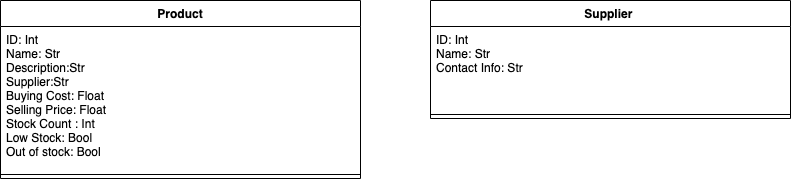
Above: Planning : Diagrams/Class Diagrams .png in scoupar/Stock_Manager_Project (draw.io), before the change. Source tidied: cells renumbered, new cells last; positions are measured from the earlier drawing's top-left corner, leaving out a move shared by most shapes. The source it was exported from:
```xml
<mxGraphModel>
  <root>
    <mxCell id="0" />
    <mxCell id="1" parent="0" />
    <mxCell id="2" value="Product" style="swimlane;fontStyle=1;align=center;verticalAlign=top;horizontal=1;startSize=26;" parent="1" vertex="1">
      <mxGeometry width="360" height="178" as="geometry" />
    </mxCell>
    <mxCell id="3" value="ID: Int&#10;Name: Str&#10;Description:Str&#10;Supplier:Str&#10;Buying Cost: Float&#10;Selling Price: Float &#10;Stock Count : Int&#10;Low Stock: Bool&#10;Out of stock: Bool&#10;&#10;&#10;&#10;" style="text;strokeColor=none;fillColor=none;align=left;verticalAlign=top;spacingLeft=4;spacingRight=4;overflow=hidden;points=[[0,0.5],[1,0.5]];portConstraint=eastwest;" parent="2" vertex="1">
      <mxGeometry y="26" width="360" height="144" as="geometry" />
    </mxCell>
    <mxCell id="4" style="line;strokeWidth=1;fillColor=none;align=left;verticalAlign=middle;spacingTop=-1;spacingLeft=3;spacingRight=3;labelPosition=right;" parent="2" vertex="1">
      <mxGeometry y="170" width="360" height="8" as="geometry" />
    </mxCell>
    <mxCell id="5" value="Supplier " style="swimlane;fontStyle=1;align=center;verticalAlign=top;horizontal=1;startSize=26;" parent="1" vertex="1">
      <mxGeometry x="430" width="360" height="118" as="geometry" />
    </mxCell>
    <mxCell id="6" value="ID: Int&#10;Name: Str&#10;Contact Info: Str&#10;" style="text;strokeColor=none;fillColor=none;align=left;verticalAlign=top;spacingLeft=4;spacingRight=4;overflow=hidden;" parent="5" vertex="1">
      <mxGeometry y="26" width="360" height="84" as="geometry" />
    </mxCell>
    <mxCell id="7" style="line;strokeWidth=1;fillColor=none;align=left;verticalAlign=middle;spacingTop=-1;spacingLeft=3;spacingRight=3;labelPosition=right;" parent="5" vertex="1">
      <mxGeometry y="110" width="360" height="8" as="geometry" />
    </mxCell>
  </root>
</mxGraphModel>
```
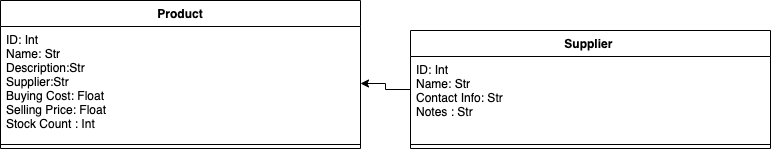
Later version of the same file.

Diff of the diagram source:
```diff
@@ -3,18 +3,21 @@
     <mxCell id="0" />
     <mxCell id="1" parent="0" />
     <mxCell id="2" value="Product" style="swimlane;fontStyle=1;align=center;verticalAlign=top;horizontal=1;startSize=26;" parent="1" vertex="1">
-      <mxGeometry width="360" height="178" as="geometry" />
+      <mxGeometry x="20" y="140" width="360" height="148" as="geometry" />
     </mxCell>
-    <mxCell id="3" value="ID: Int&#10;Name: Str&#10;Description:Str&#10;Supplier:Str&#10;Buying Cost: Float&#10;Selling Price: Float &#10;Stock Count : Int&#10;Low Stock: Bool&#10;Out of stock: Bool&#10;&#10;&#10;&#10;" style="text;strokeColor=none;fillColor=none;align=left;verticalAlign=top;spacingLeft=4;spacingRight=4;overflow=hidden;points=[[0,0.5],[1,0.5]];portConstraint=eastwest;" parent="2" vertex="1">
-      <mxGeometry y="26" width="360" height="144" as="geometry" />
+    <mxCell id="3" value="ID: Int&#10;Name: Str&#10;Description:Str&#10;Supplier:Str&#10;Buying Cost: Float&#10;Selling Price: Float &#10;Stock Count : Int&#10;&#10;&#10;&#10;" style="text;strokeColor=none;fillColor=none;align=left;verticalAlign=top;spacingLeft=4;spacingRight=4;overflow=hidden;points=[[0,0.5],[1,0.5]];portConstraint=eastwest;" parent="2" vertex="1">
+      <mxGeometry y="26" width="360" height="114" as="geometry" />
     </mxCell>
     <mxCell id="4" style="line;strokeWidth=1;fillColor=none;align=left;verticalAlign=middle;spacingTop=-1;spacingLeft=3;spacingRight=3;labelPosition=right;" parent="2" vertex="1">
-      <mxGeometry y="170" width="360" height="8" as="geometry" />
+      <mxGeometry y="140" width="360" height="8" as="geometry" />
     </mxCell>
+    <mxCell id="8" style="edgeStyle=orthogonalEdgeStyle;rounded=0;jettySize=auto;html=1;" parent="1" edge="1" source="5" target="3">
+      <mxGeometry relative="1" as="geometry" />
+    </mxCell>
     <mxCell id="5" value="Supplier " style="swimlane;fontStyle=1;align=center;verticalAlign=top;horizontal=1;startSize=26;" parent="1" vertex="1">
-      <mxGeometry x="430" width="360" height="118" as="geometry" />
+      <mxGeometry x="430" y="170" width="360" height="118" as="geometry" />
     </mxCell>
-    <mxCell id="6" value="ID: Int&#10;Name: Str&#10;Contact Info: Str&#10;" style="text;strokeColor=none;fillColor=none;align=left;verticalAlign=top;spacingLeft=4;spacingRight=4;overflow=hidden;" parent="5" vertex="1">
+    <mxCell id="6" value="ID: Int&#10;Name: Str&#10;Contact Info: Str&#10;Notes : Str " style="text;strokeColor=none;fillColor=none;align=left;verticalAlign=top;spacingLeft=4;spacingRight=4;overflow=hidden;" parent="5" vertex="1">
       <mxGeometry y="26" width="360" height="84" as="geometry" />
     </mxCell>
     <mxCell id="7" style="line;strokeWidth=1;fillColor=none;align=left;verticalAlign=middle;spacingTop=-1;spacingLeft=3;spacingRight=3;labelPosition=right;" parent="5" vertex="1">
```
